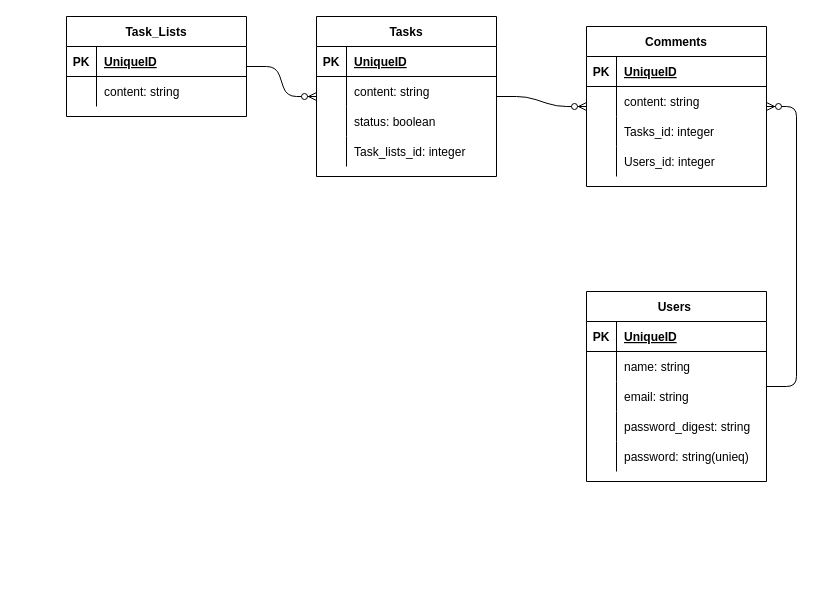
Earlier version of the draw.io diagram er.drawio (MasanariKuniyoshi/1000_hackathon). Source tidied: cells renumbered, new cells numbered last; positions are measured from the earlier drawing's top-left corner, leaving out a move shared by most shapes. Both pictures are drawn from the tidied source at 100%, with x=0, y=0 at pixel (66, 16).
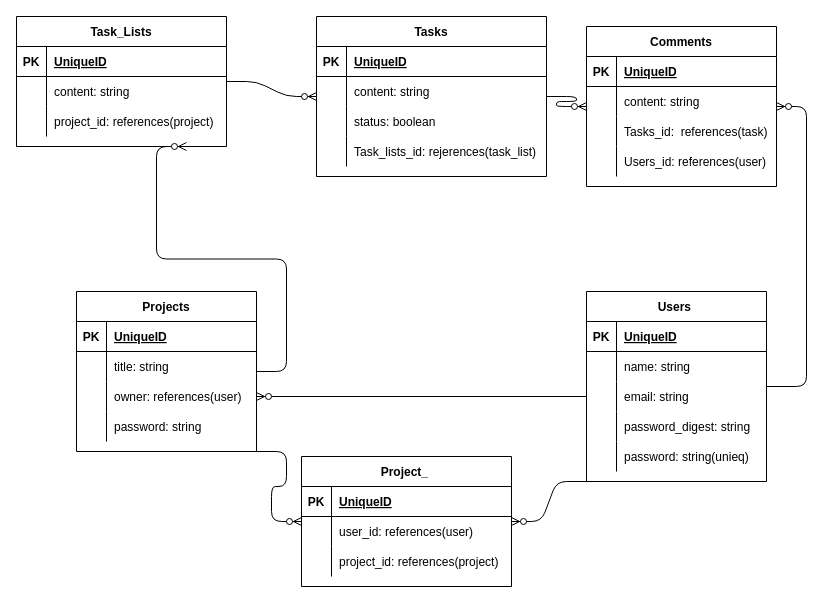
The same page after the edit.

The change refers to these unchanged cells:
```xml
<mxCell id="2" value="Users " style="shape=table;startSize=30;childLayout=tableLayout;rowLines=0;fontStyle=1;align=center;" parent="1" vertex="1">
  <mxGeometry x="520" y="275" width="180" height="190" as="geometry" />
</mxCell>
<mxCell id="9" style="shape=partialRectangle;fillColor=none;top=0;left=0;bottom=0;right=0;points=[[0,0.5],[1,0.5]];portConstraint=eastwest;" parent="2" vertex="1">
  <mxGeometry y="90" width="180" height="30" as="geometry" />
</mxCell>
```

The edit, as a diff of the source:
```diff
@@
     <mxCell id="18" value="Tasks" style="shape=table;startSize=30;childLayout=tableLayout;rowLines=0;fontStyle=1;align=center;" parent="1" vertex="1">
-      <mxGeometry x="250" width="180" height="160" as="geometry" />
+      <mxGeometry x="250" width="230" height="160" as="geometry" />
     </mxCell>
     <mxCell id="19" style="shape=partialRectangle;fillColor=none;top=0;left=0;bottom=1;right=0;" parent="18" vertex="1">
-      <mxGeometry y="30" width="180" height="30" as="geometry" />
+      <mxGeometry y="30" width="230" height="30" as="geometry" />
     </mxCell>
@@
     <mxCell id="21" value="UniqueID" style="shape=partialRectangle;fillColor=none;top=0;left=0;bottom=0;right=0;align=left;spacingLeft=6;fontStyle=5;overflow=hidden;" parent="19" vertex="1">
-      <mxGeometry x="30" width="150" height="30" as="geometry" />
+      <mxGeometry x="30" width="200" height="30" as="geometry" />
     </mxCell>
     <mxCell id="22" style="shape=partialRectangle;fillColor=none;top=0;left=0;bottom=0;right=0;" parent="18" vertex="1">
-      <mxGeometry y="60" width="180" height="30" as="geometry" />
+      <mxGeometry y="60" width="230" height="30" as="geometry" />
     </mxCell>
@@
     <mxCell id="24" value="content: string" style="shape=partialRectangle;fillColor=none;top=0;left=0;bottom=0;right=0;align=left;spacingLeft=6;overflow=hidden;" parent="22" vertex="1">
-      <mxGeometry x="30" width="150" height="30" as="geometry" />
+      <mxGeometry x="30" width="200" height="30" as="geometry" />
     </mxCell>
     <mxCell id="25" style="shape=partialRectangle;fillColor=none;top=0;left=0;bottom=0;right=0;" parent="18" vertex="1">
-      <mxGeometry y="90" width="180" height="30" as="geometry" />
+      <mxGeometry y="90" width="230" height="30" as="geometry" />
     </mxCell>
@@
     <mxCell id="27" value="status: boolean" style="shape=partialRectangle;fillColor=none;top=0;left=0;bottom=0;right=0;align=left;spacingLeft=6;overflow=hidden;" parent="25" vertex="1">
-      <mxGeometry x="30" width="150" height="30" as="geometry" />
+      <mxGeometry x="30" width="200" height="30" as="geometry" />
     </mxCell>
     <mxCell id="28" style="shape=partialRectangle;fillColor=none;top=0;left=0;bottom=0;right=0;" parent="18" vertex="1">
-      <mxGeometry y="120" width="180" height="30" as="geometry" />
+      <mxGeometry y="120" width="230" height="30" as="geometry" />
     </mxCell>
@@
-    <mxCell id="30" value="Task_lists_id: integer" style="shape=partialRectangle;fillColor=none;top=0;left=0;bottom=0;right=0;align=left;spacingLeft=6;overflow=hidden;" parent="28" vertex="1">
-      <mxGeometry x="30" width="150" height="30" as="geometry" />
+    <mxCell id="30" value="Task_lists_id: rejerences(task_list)" style="shape=partialRectangle;fillColor=none;top=0;left=0;bottom=0;right=0;align=left;spacingLeft=6;overflow=hidden;" parent="28" vertex="1">
+      <mxGeometry x="30" width="200" height="30" as="geometry" />
     </mxCell>
     <mxCell id="31" value="Task_Lists" style="shape=table;startSize=30;childLayout=tableLayout;rowLines=0;fontStyle=1;align=center;" parent="1" vertex="1">
-      <mxGeometry width="180" height="100" as="geometry" />
+      <mxGeometry x="-50" width="210" height="130" as="geometry" />
     </mxCell>
     <mxCell id="32" style="shape=partialRectangle;fillColor=none;top=0;left=0;bottom=1;right=0;" parent="31" vertex="1">
-      <mxGeometry y="30" width="180" height="30" as="geometry" />
+      <mxGeometry y="30" width="210" height="30" as="geometry" />
     </mxCell>
@@
     <mxCell id="34" value="UniqueID" style="shape=partialRectangle;fillColor=none;top=0;left=0;bottom=0;right=0;align=left;spacingLeft=6;fontStyle=5;overflow=hidden;" parent="32" vertex="1">
-      <mxGeometry x="30" width="150" height="30" as="geometry" />
+      <mxGeometry x="30" width="180" height="30" as="geometry" />
     </mxCell>
     <mxCell id="35" style="shape=partialRectangle;fillColor=none;top=0;left=0;bottom=0;right=0;" parent="31" vertex="1">
-      <mxGeometry y="60" width="180" height="30" as="geometry" />
+      <mxGeometry y="60" width="210" height="30" as="geometry" />
     </mxCell>
@@
     <mxCell id="37" value="content: string" style="shape=partialRectangle;fillColor=none;top=0;left=0;bottom=0;right=0;align=left;spacingLeft=6;overflow=hidden;" parent="35" vertex="1">
-      <mxGeometry x="30" width="150" height="30" as="geometry" />
+      <mxGeometry x="30" width="180" height="30" as="geometry" />
     </mxCell>
+    <mxCell id="54" style="shape=partialRectangle;fillColor=none;top=0;left=0;bottom=0;right=0;" parent="31" vertex="1">
+      <mxGeometry y="90" width="210" height="30" as="geometry" />
+    </mxCell>
+    <mxCell id="55" style="shape=partialRectangle;fillColor=none;top=0;left=0;bottom=0;right=0;overflow=hidden;" parent="54" vertex="1">
+      <mxGeometry width="30" height="30" as="geometry" />
+    </mxCell>
+    <mxCell id="56" value="project_id: references(project)" style="shape=partialRectangle;fillColor=none;top=0;left=0;bottom=0;right=0;align=left;spacingLeft=6;overflow=hidden;" parent="54" vertex="1">
+      <mxGeometry x="30" width="180" height="30" as="geometry" />
+    </mxCell>
@@
     <mxCell id="39" value="Comments" style="shape=table;startSize=30;childLayout=tableLayout;rowLines=0;fontStyle=1;align=center;" parent="1" vertex="1">
-      <mxGeometry x="520" y="10" width="180" height="160" as="geometry" />
+      <mxGeometry x="520" y="10" width="190" height="160" as="geometry" />
     </mxCell>
     <mxCell id="40" style="shape=partialRectangle;fillColor=none;top=0;left=0;bottom=1;right=0;" parent="39" vertex="1">
-      <mxGeometry y="30" width="180" height="30" as="geometry" />
+      <mxGeometry y="30" width="190" height="30" as="geometry" />
     </mxCell>
@@
     <mxCell id="42" value="UniqueID" style="shape=partialRectangle;fillColor=none;top=0;left=0;bottom=0;right=0;align=left;spacingLeft=6;fontStyle=5;overflow=hidden;" parent="40" vertex="1">
-      <mxGeometry x="30" width="150" height="30" as="geometry" />
+      <mxGeometry x="30" width="160" height="30" as="geometry" />
     </mxCell>
     <mxCell id="43" style="shape=partialRectangle;fillColor=none;top=0;left=0;bottom=0;right=0;" parent="39" vertex="1">
-      <mxGeometry y="60" width="180" height="30" as="geometry" />
+      <mxGeometry y="60" width="190" height="30" as="geometry" />
     </mxCell>
@@
     <mxCell id="45" value="content: string" style="shape=partialRectangle;fillColor=none;top=0;left=0;bottom=0;right=0;align=left;spacingLeft=6;overflow=hidden;" parent="43" vertex="1">
-      <mxGeometry x="30" width="150" height="30" as="geometry" />
+      <mxGeometry x="30" width="160" height="30" as="geometry" />
     </mxCell>
     <mxCell id="46" style="shape=partialRectangle;fillColor=none;top=0;left=0;bottom=0;right=0;" parent="39" vertex="1">
-      <mxGeometry y="90" width="180" height="30" as="geometry" />
+      <mxGeometry y="90" width="190" height="30" as="geometry" />
     </mxCell>
@@
-    <mxCell id="48" value="Tasks_id: integer" style="shape=partialRectangle;fillColor=none;top=0;left=0;bottom=0;right=0;align=left;spacingLeft=6;overflow=hidden;" parent="46" vertex="1">
-      <mxGeometry x="30" width="150" height="30" as="geometry" />
+    <mxCell id="48" value="Tasks_id:  references(task)" style="shape=partialRectangle;fillColor=none;top=0;left=0;bottom=0;right=0;align=left;spacingLeft=6;overflow=hidden;" parent="46" vertex="1">
+      <mxGeometry x="30" width="160" height="30" as="geometry" />
     </mxCell>
     <mxCell id="49" style="shape=partialRectangle;fillColor=none;top=0;left=0;bottom=0;right=0;" parent="39" vertex="1">
-      <mxGeometry y="120" width="180" height="30" as="geometry" />
+      <mxGeometry y="120" width="190" height="30" as="geometry" />
     </mxCell>
@@
-    <mxCell id="51" value="Users_id: integer" style="shape=partialRectangle;fillColor=none;top=0;left=0;bottom=0;right=0;align=left;spacingLeft=6;overflow=hidden;" parent="49" vertex="1">
-      <mxGeometry x="30" width="150" height="30" as="geometry" />
+    <mxCell id="51" value="Users_id: references(user)" style="shape=partialRectangle;fillColor=none;top=0;left=0;bottom=0;right=0;align=left;spacingLeft=6;overflow=hidden;" parent="49" vertex="1">
+      <mxGeometry x="30" width="160" height="30" as="geometry" />
     </mxCell>
@@
+    <mxCell id="57" value="Projects" style="shape=table;startSize=30;childLayout=tableLayout;rowLines=0;fontStyle=1;align=center;" parent="1" vertex="1">
+      <mxGeometry x="10" y="275" width="180" height="160" as="geometry" />
+    </mxCell>
+    <mxCell id="58" style="shape=partialRectangle;fillColor=none;top=0;left=0;bottom=1;right=0;" parent="57" vertex="1">
+      <mxGeometry y="30" width="180" height="30" as="geometry" />
+    </mxCell>
+    <mxCell id="59" value="PK" style="shape=partialRectangle;fillColor=none;top=0;left=0;bottom=0;right=0;fontStyle=1;overflow=hidden;" parent="58" vertex="1">
+      <mxGeometry width="30" height="30" as="geometry" />
+    </mxCell>
+    <mxCell id="60" value="UniqueID" style="shape=partialRectangle;fillColor=none;top=0;left=0;bottom=0;right=0;align=left;spacingLeft=6;fontStyle=5;overflow=hidden;" parent="58" vertex="1">
+      <mxGeometry x="30" width="150" height="30" as="geometry" />
+    </mxCell>
+    <mxCell id="61" style="shape=partialRectangle;fillColor=none;top=0;left=0;bottom=0;right=0;" parent="57" vertex="1">
+      <mxGeometry y="60" width="180" height="30" as="geometry" />
+    </mxCell>
+    <mxCell id="62" style="shape=partialRectangle;fillColor=none;top=0;left=0;bottom=0;right=0;overflow=hidden;" parent="61" vertex="1">
+      <mxGeometry width="30" height="30" as="geometry" />
+    </mxCell>
+    <mxCell id="63" value="title: string" style="shape=partialRectangle;fillColor=none;top=0;left=0;bottom=0;right=0;align=left;spacingLeft=6;overflow=hidden;" parent="61" vertex="1">
+      <mxGeometry x="30" width="150" height="30" as="geometry" />
+    </mxCell>
+    <mxCell id="64" style="shape=partialRectangle;fillColor=none;top=0;left=0;bottom=0;right=0;points=[[0,0.5],[1,0.5]];portConstraint=eastwest;" parent="57" vertex="1">
+      <mxGeometry y="90" width="180" height="30" as="geometry" />
+    </mxCell>
+    <mxCell id="65" style="shape=partialRectangle;fillColor=none;top=0;left=0;bottom=0;right=0;overflow=hidden;" parent="64" vertex="1">
+      <mxGeometry width="30" height="30" as="geometry" />
+    </mxCell>
+    <mxCell id="66" value="owner: references(user)" style="shape=partialRectangle;fillColor=none;top=0;left=0;bottom=0;right=0;align=left;spacingLeft=6;overflow=hidden;" parent="64" vertex="1">
+      <mxGeometry x="30" width="150" height="30" as="geometry" />
+    </mxCell>
+    <mxCell id="67" style="shape=partialRectangle;fillColor=none;top=0;left=0;bottom=0;right=0;" parent="57" vertex="1">
+      <mxGeometry y="120" width="180" height="30" as="geometry" />
+    </mxCell>
+    <mxCell id="68" style="shape=partialRectangle;fillColor=none;top=0;left=0;bottom=0;right=0;overflow=hidden;" parent="67" vertex="1">
+      <mxGeometry width="30" height="30" as="geometry" />
+    </mxCell>
+    <mxCell id="69" value="password: string" style="shape=partialRectangle;fillColor=none;top=0;left=0;bottom=0;right=0;align=left;spacingLeft=6;overflow=hidden;" parent="67" vertex="1">
+      <mxGeometry x="30" width="150" height="30" as="geometry" />
+    </mxCell>
+    <mxCell id="70" style="edgeStyle=entityRelationEdgeStyle;fontSize=12;html=1;endArrow=ERzeroToMany;endFill=1;" parent="1" edge="1" source="57">
+      <mxGeometry relative="1" as="geometry">
+        <mxPoint x="120" y="130" as="targetPoint" />
+      </mxGeometry>
+    </mxCell>
+    <mxCell id="71" value="Project_ " style="shape=table;startSize=30;childLayout=tableLayout;rowLines=0;fontStyle=1;align=center;" parent="1" vertex="1">
+      <mxGeometry x="235" y="440" width="210" height="130" as="geometry" />
+    </mxCell>
+    <mxCell id="72" style="shape=partialRectangle;fillColor=none;top=0;left=0;bottom=1;right=0;" parent="71" vertex="1">
+      <mxGeometry y="30" width="210" height="30" as="geometry" />
+    </mxCell>
+    <mxCell id="73" value="PK" style="shape=partialRectangle;fillColor=none;top=0;left=0;bottom=0;right=0;fontStyle=1;overflow=hidden;" parent="72" vertex="1">
+      <mxGeometry width="30" height="30" as="geometry" />
+    </mxCell>
+    <mxCell id="74" value="UniqueID" style="shape=partialRectangle;fillColor=none;top=0;left=0;bottom=0;right=0;align=left;spacingLeft=6;fontStyle=5;overflow=hidden;" parent="72" vertex="1">
+      <mxGeometry x="30" width="180" height="30" as="geometry" />
+    </mxCell>
+    <mxCell id="75" style="shape=partialRectangle;fillColor=none;top=0;left=0;bottom=0;right=0;" parent="71" vertex="1">
+      <mxGeometry y="60" width="210" height="30" as="geometry" />
+    </mxCell>
+    <mxCell id="76" style="shape=partialRectangle;fillColor=none;top=0;left=0;bottom=0;right=0;overflow=hidden;" parent="75" vertex="1">
+      <mxGeometry width="30" height="30" as="geometry" />
+    </mxCell>
+    <mxCell id="77" value="user_id: references(user)    " style="shape=partialRectangle;fillColor=none;top=0;left=0;bottom=0;right=0;align=left;spacingLeft=6;overflow=hidden;" parent="75" vertex="1">
+      <mxGeometry x="30" width="180" height="30" as="geometry" />
+    </mxCell>
+    <mxCell id="78" style="shape=partialRectangle;fillColor=none;top=0;left=0;bottom=0;right=0;" parent="71" vertex="1">
+      <mxGeometry y="90" width="210" height="30" as="geometry" />
+    </mxCell>
+    <mxCell id="79" style="shape=partialRectangle;fillColor=none;top=0;left=0;bottom=0;right=0;overflow=hidden;" parent="78" vertex="1">
+      <mxGeometry width="30" height="30" as="geometry" />
+    </mxCell>
+    <mxCell id="80" value="project_id: references(project)" style="shape=partialRectangle;fillColor=none;top=0;left=0;bottom=0;right=0;align=left;spacingLeft=6;overflow=hidden;" parent="78" vertex="1">
+      <mxGeometry x="30" width="180" height="30" as="geometry" />
+    </mxCell>
+    <mxCell id="81" style="edgeStyle=entityRelationEdgeStyle;fontSize=12;html=1;endArrow=ERzeroToMany;endFill=1;exitX=0;exitY=1;exitDx=0;exitDy=0;" parent="1" edge="1" source="2" target="71">
+      <mxGeometry relative="1" as="geometry" />
+    </mxCell>
+    <mxCell id="82" style="edgeStyle=entityRelationEdgeStyle;fontSize=12;html=1;endArrow=ERzeroToMany;endFill=1;exitX=1;exitY=1;exitDx=0;exitDy=0;" parent="1" edge="1" source="57" target="71">
+      <mxGeometry relative="1" as="geometry" />
+    </mxCell>
+    <mxCell id="83" style="fontSize=12;html=1;endArrow=ERzeroToMany;endFill=1;elbow=vertical;entryX=1;entryY=0.5;entryDx=0;entryDy=0;exitX=0;exitY=0.5;exitDx=0;exitDy=0;" parent="1" edge="1" source="9" target="64">
+      <mxGeometry relative="1" as="geometry" />
+    </mxCell>
```
